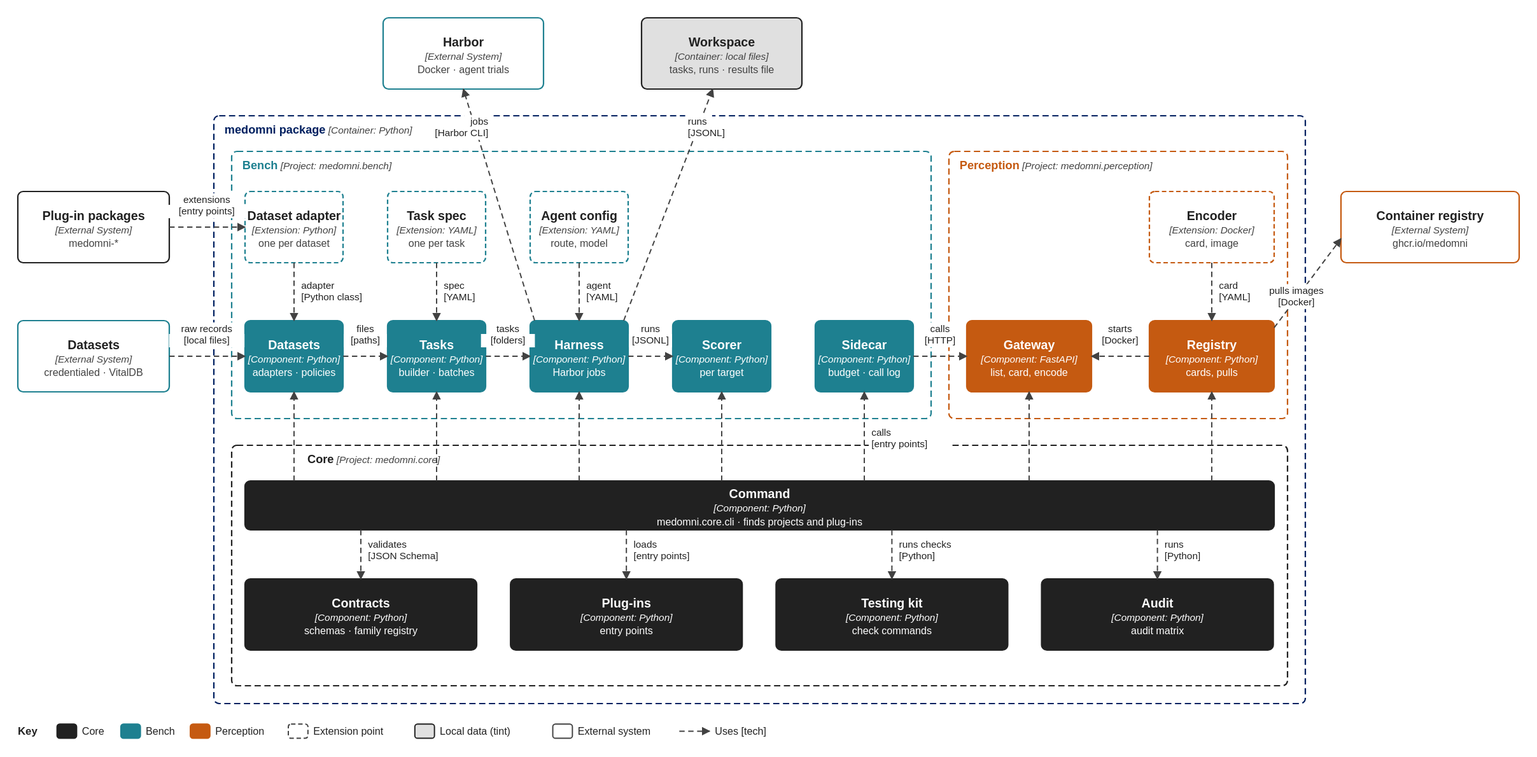
Before: docs/assets/c3-components.drawio.svg, a diagram exported from draw.io (medomni/MedOmni). Source tidied: cells renumbered, new cells last; positions are measured from the earlier drawing's top-left corner, leaving out a move shared by most shapes.
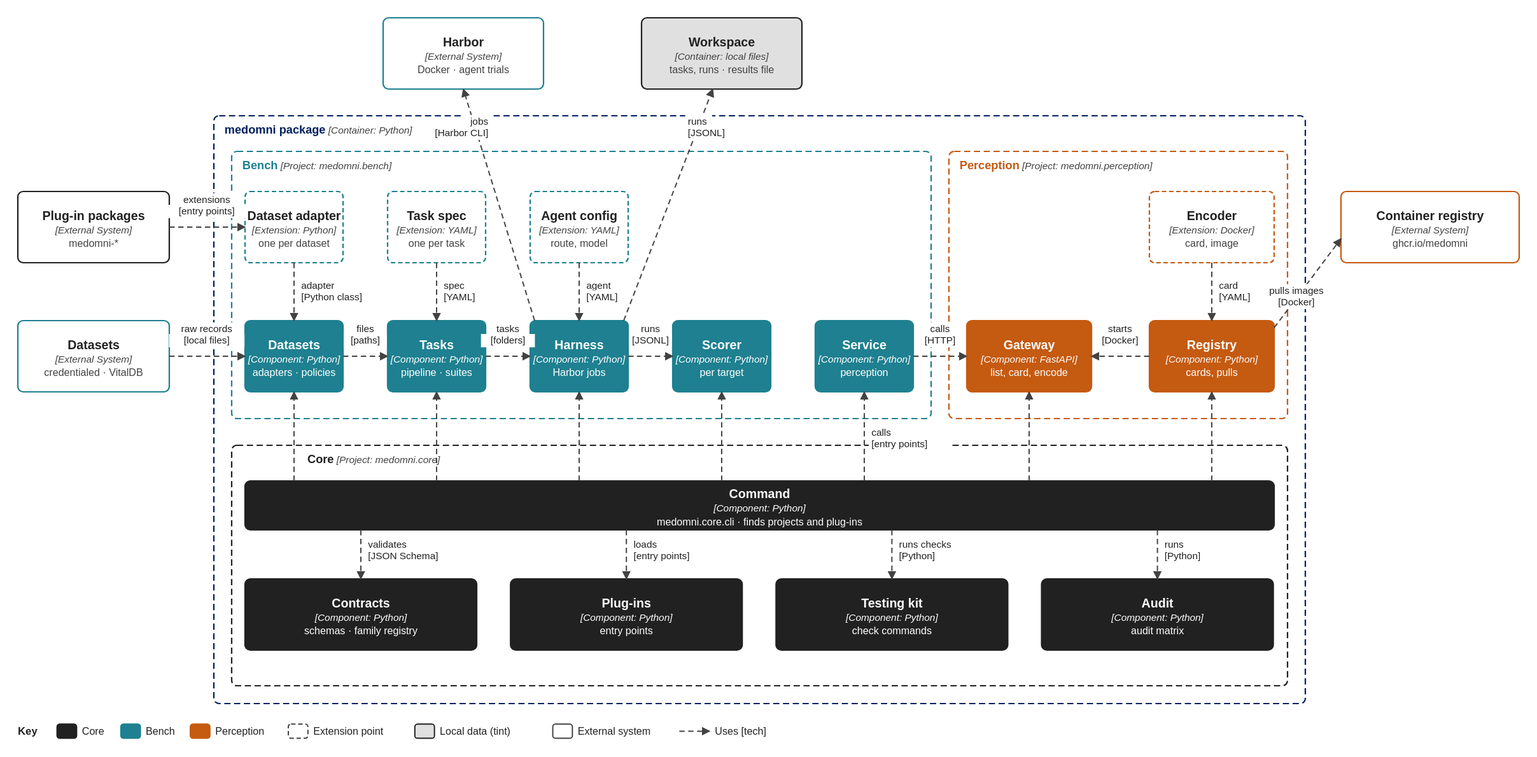
Above is the later version.

The edit, as a diff of the source:
```diff
@@ -35,7 +35,7 @@
     <mxCell id="12" value="&lt;b&gt;Datasets&lt;/b&gt;&lt;br&gt;&lt;i&gt;&lt;font style=&quot;font-size:11px&quot; color=&quot;#FFFFFF&quot;&gt;[Component: Python]&lt;/font&gt;&lt;/i&gt;&lt;br&gt;&lt;font style=&quot;font-size:11px&quot; color=&quot;#FFFFFF&quot;&gt;adapters · policies&lt;/font&gt;" style="rounded=1;arcSize=6;whiteSpace=wrap;html=1;fillColor=#1E8090;strokeColor=#1E8090;strokeWidth=1.6;fontColor=#FFFFFF;fontSize=14;fontFamily=Helvetica;" parent="1" vertex="1">
       <mxGeometry x="259" y="340" width="110" height="80" as="geometry" />
     </mxCell>
-    <mxCell id="13" value="&lt;b&gt;Tasks&lt;/b&gt;&lt;br&gt;&lt;i&gt;&lt;font style=&quot;font-size:11px&quot; color=&quot;#FFFFFF&quot;&gt;[Component: Python]&lt;/font&gt;&lt;/i&gt;&lt;br&gt;&lt;font style=&quot;font-size:11px&quot; color=&quot;#FFFFFF&quot;&gt;builder · batches&lt;/font&gt;" style="rounded=1;arcSize=6;whiteSpace=wrap;html=1;fillColor=#1E8090;strokeColor=#1E8090;strokeWidth=1.6;fontColor=#FFFFFF;fontSize=14;fontFamily=Helvetica;" parent="1" vertex="1">
+    <mxCell id="13" value="&lt;b&gt;Tasks&lt;/b&gt;&lt;br&gt;&lt;i&gt;&lt;font style=&quot;font-size:11px&quot; color=&quot;#FFFFFF&quot;&gt;[Component: Python]&lt;/font&gt;&lt;/i&gt;&lt;br&gt;&lt;font style=&quot;font-size:11px&quot; color=&quot;#FFFFFF&quot;&gt;pipeline · suites&lt;/font&gt;" style="rounded=1;arcSize=6;whiteSpace=wrap;html=1;fillColor=#1E8090;strokeColor=#1E8090;strokeWidth=1.6;fontColor=#FFFFFF;fontSize=14;fontFamily=Helvetica;" parent="1" vertex="1">
       <mxGeometry x="419" y="340" width="110" height="80" as="geometry" />
     </mxCell>
     <mxCell id="14" value="&lt;b&gt;Harness&lt;/b&gt;&lt;br&gt;&lt;i&gt;&lt;font style=&quot;font-size:11px&quot; color=&quot;#FFFFFF&quot;&gt;[Component: Python]&lt;/font&gt;&lt;/i&gt;&lt;br&gt;&lt;font style=&quot;font-size:11px&quot; color=&quot;#FFFFFF&quot;&gt;Harbor jobs&lt;/font&gt;" style="rounded=1;arcSize=6;whiteSpace=wrap;html=1;fillColor=#1E8090;strokeColor=#1E8090;strokeWidth=1.6;fontColor=#FFFFFF;fontSize=14;fontFamily=Helvetica;" parent="1" vertex="1">
@@ -44,7 +44,7 @@
     <mxCell id="15" value="&lt;b&gt;Scorer&lt;/b&gt;&lt;br&gt;&lt;i&gt;&lt;font style=&quot;font-size:11px&quot; color=&quot;#FFFFFF&quot;&gt;[Component: Python]&lt;/font&gt;&lt;/i&gt;&lt;br&gt;&lt;font style=&quot;font-size:11px&quot; color=&quot;#FFFFFF&quot;&gt;per target&lt;/font&gt;" style="rounded=1;arcSize=6;whiteSpace=wrap;html=1;fillColor=#1E8090;strokeColor=#1E8090;strokeWidth=1.6;fontColor=#FFFFFF;fontSize=14;fontFamily=Helvetica;" parent="1" vertex="1">
       <mxGeometry x="739" y="340" width="110" height="80" as="geometry" />
     </mxCell>
-    <mxCell id="16" value="&lt;b&gt;Sidecar&lt;/b&gt;&lt;br&gt;&lt;i&gt;&lt;font style=&quot;font-size:11px&quot; color=&quot;#FFFFFF&quot;&gt;[Component: Python]&lt;/font&gt;&lt;/i&gt;&lt;br&gt;&lt;font style=&quot;font-size:11px&quot; color=&quot;#FFFFFF&quot;&gt;budget · call log&lt;/font&gt;" style="rounded=1;arcSize=6;whiteSpace=wrap;html=1;fillColor=#1E8090;strokeColor=#1E8090;strokeWidth=1.6;fontColor=#FFFFFF;fontSize=14;fontFamily=Helvetica;" parent="1" vertex="1">
+    <mxCell id="16" value="&lt;b&gt;Service&lt;/b&gt;&lt;br&gt;&lt;i&gt;&lt;font style=&quot;font-size:11px&quot; color=&quot;#FFFFFF&quot;&gt;[Component: Python]&lt;/font&gt;&lt;/i&gt;&lt;br&gt;&lt;font style=&quot;font-size:11px&quot; color=&quot;#FFFFFF&quot;&gt;perception&lt;/font&gt;" style="rounded=1;arcSize=6;whiteSpace=wrap;html=1;fillColor=#1E8090;strokeColor=#1E8090;strokeWidth=1.6;fontColor=#FFFFFF;fontSize=14;fontFamily=Helvetica;" parent="1" vertex="1">
       <mxGeometry x="899" y="340" width="110" height="80" as="geometry" />
     </mxCell>
     <mxCell id="17" value="&lt;b&gt;Perception&lt;/b&gt;  &lt;i&gt;&lt;font style=&quot;font-size:11px&quot; color=&quot;#424242&quot;&gt;[Project: medomni.perception]&lt;/font&gt;&lt;/i&gt;" style="rounded=1;arcSize=2;whiteSpace=wrap;html=1;fillColor=none;strokeColor=#C55A11;strokeWidth=1.6;dashed=1;dashPattern=7 4;align=left;verticalAlign=top;spacingLeft=8;spacingTop=2;fontSize=13;fontColor=#C55A11;fontFamily=Helvetica;" parent="1" vertex="1">
```
